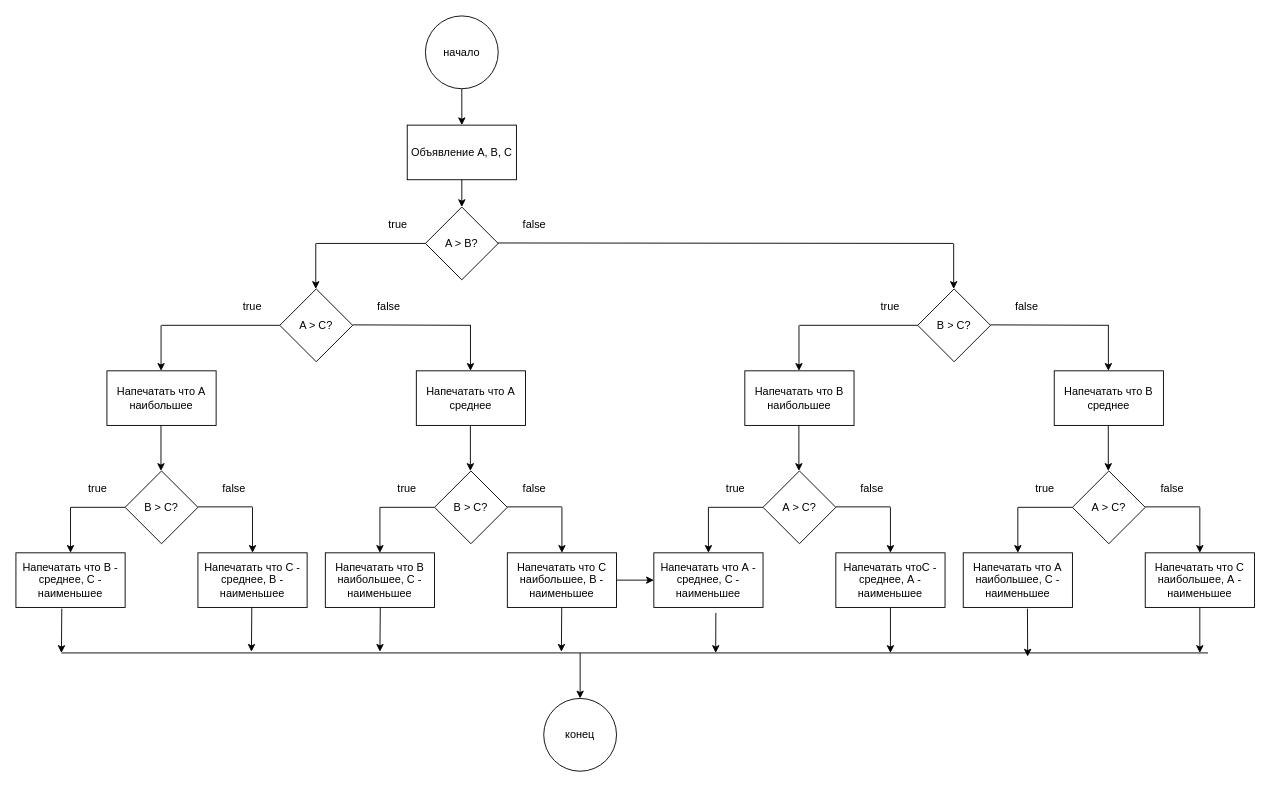
Above: Untitled Diagram.drawio in DmitriyYugai/job4j_elementary (draw.io), before the change. Source tidied: cells renumbered, new cells numbered last; positions are measured from the earlier drawing's top-left corner, leaving out a move shared by most shapes. Both pictures are drawn from the tidied source at 91%, with x=0, y=0 at pixel (15, 15).
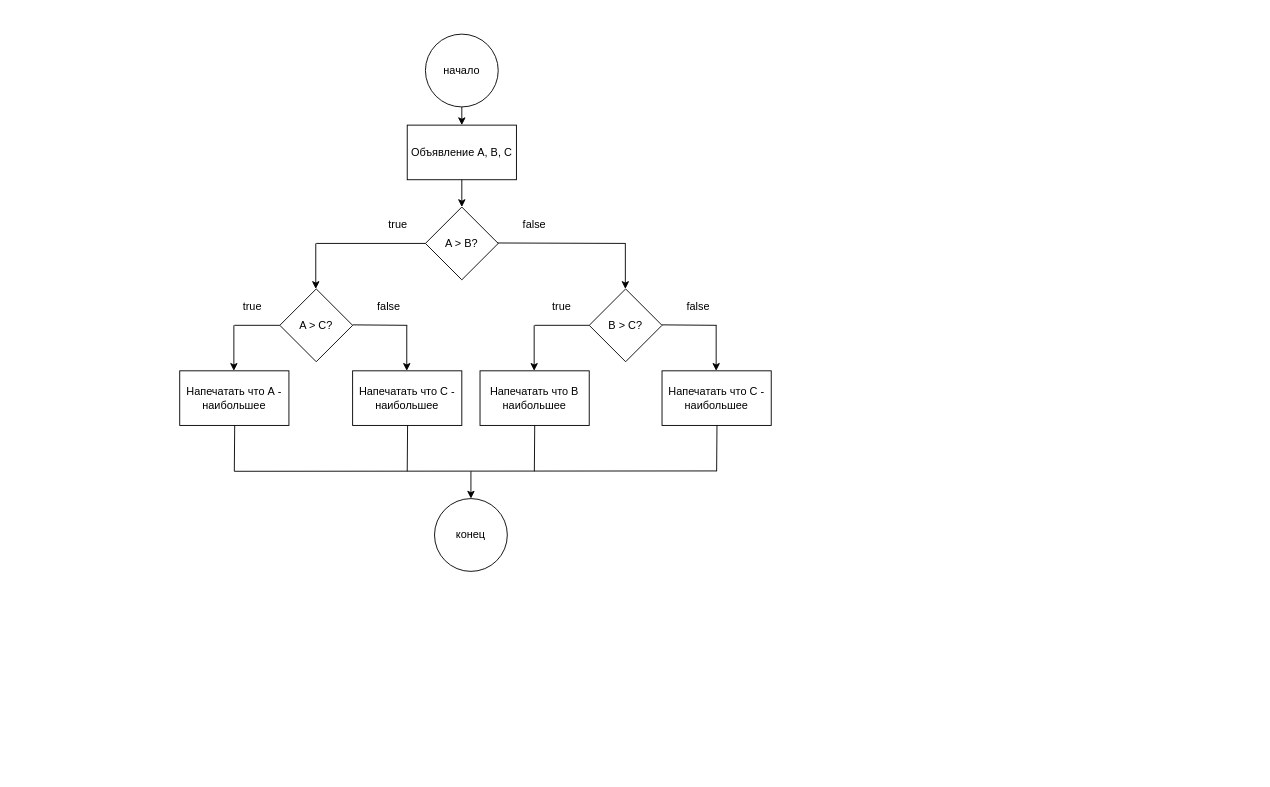
The same diagram, later.

The change refers to these unchanged cells:
```xml
<mxCell id="4" value="Объявление A, B, C" style="rounded=0;whiteSpace=wrap;html=1;" parent="1" vertex="1">
  <mxGeometry x="430" y="120" width="120" height="60" as="geometry" />
</mxCell>
```

Change to the diagram source:
```diff
@@
     <mxCell id="2" value="начало" style="ellipse;whiteSpace=wrap;html=1;" parent="1" vertex="1">
-      <mxGeometry x="450" width="80" height="80" as="geometry" />
+      <mxGeometry x="450" y="20" width="80" height="80" as="geometry" />
     </mxCell>
-    <mxCell id="3" style="endArrow=classic;html=1;exitX=0.5;exitY=1;exitDx=0;exitDy=0;" parent="1" edge="1" source="2" target="4">
-      <mxGeometry relative="1" as="geometry" />
+    <mxCell id="3" style="endArrow=classic;html=1;" parent="1" edge="1" target="4">
+      <mxGeometry relative="1" as="geometry">
+        <mxPoint x="490" y="100" as="sourcePoint" />
+      </mxGeometry>
     </mxCell>
@@
     <mxCell id="13" style="endArrow=none;html=1;exitX=0;exitY=0.5;exitDx=0;exitDy=0;" parent="1" edge="1">
       <mxGeometry relative="1" as="geometry">
         <mxPoint x="290" y="340" as="sourcePoint" />
-        <mxPoint x="160" y="340" as="targetPoint" />
+        <mxPoint x="240" y="340" as="targetPoint" />
       </mxGeometry>
     </mxCell>
     <mxCell id="14" style="endArrow=classic;html=1;" parent="1" edge="1">
       <mxGeometry relative="1" as="geometry">
-        <mxPoint x="159.5" y="340" as="sourcePoint" />
-        <mxPoint x="159.5" y="390" as="targetPoint" />
+        <mxPoint x="239.5" y="340" as="sourcePoint" />
+        <mxPoint x="239.5" y="390" as="targetPoint" />
       </mxGeometry>
     </mxCell>
     <mxCell id="15" style="endArrow=classic;html=1;" parent="1" edge="1">
       <mxGeometry relative="1" as="geometry">
-        <mxPoint x="1030.5" y="250" as="sourcePoint" />
-        <mxPoint x="1030.5" y="300" as="targetPoint" />
+        <mxPoint x="669.7" y="250" as="sourcePoint" />
+        <mxPoint x="669.7" y="300" as="targetPoint" />
       </mxGeometry>
     </mxCell>
-    <mxCell id="16" value="Напечатать что B - среднее, С - наименьшее" style="rounded=0;whiteSpace=wrap;html=1;" parent="1" vertex="1">
-      <mxGeometry y="590" width="120" height="60" as="geometry" />
-    </mxCell>
@@
     <mxCell id="18" style="endArrow=none;html=1;" parent="1" edge="1">
       <mxGeometry relative="1" as="geometry">
-        <mxPoint x="500" y="340" as="sourcePoint" />
+        <mxPoint x="430" y="340" as="sourcePoint" />
         <mxPoint x="370" y="339.5" as="targetPoint" />
       </mxGeometry>
     </mxCell>
     <mxCell id="19" style="endArrow=classic;html=1;" parent="1" edge="1">
       <mxGeometry relative="1" as="geometry">
-        <mxPoint x="499.5" y="340" as="sourcePoint" />
-        <mxPoint x="499.5" y="390" as="targetPoint" />
+        <mxPoint x="429.5" y="340" as="sourcePoint" />
+        <mxPoint x="429.5" y="390" as="targetPoint" />
       </mxGeometry>
     </mxCell>
     <mxCell id="20" style="endArrow=none;html=1;" parent="1" edge="1">
       <mxGeometry relative="1" as="geometry">
-        <mxPoint x="1030" y="250" as="sourcePoint" />
+        <mxPoint x="670" y="250" as="sourcePoint" />
         <mxPoint x="529" y="249.5" as="targetPoint" />
       </mxGeometry>
     </mxCell>
-    <mxCell id="21" value="B &amp;gt; C?" style="rhombus;whiteSpace=wrap;html=1;" parent="1" vertex="1">
-      <mxGeometry x="120" y="500" width="80" height="80" as="geometry" />
-    </mxCell>
-    <mxCell id="22" value="true" style="text;html=1;strokeColor=none;fillColor=none;align=center;verticalAlign=middle;whiteSpace=wrap;rounded=0;" parent="1" vertex="1">
-      <mxGeometry x="70" y="510" width="40" height="20" as="geometry" />
-    </mxCell>
-    <mxCell id="23" style="endArrow=none;html=1;exitX=0;exitY=0.5;exitDx=0;exitDy=0;" parent="1" edge="1">
-      <mxGeometry relative="1" as="geometry">
-        <mxPoint x="120" y="540" as="sourcePoint" />
-        <mxPoint x="60" y="540" as="targetPoint" />
-      </mxGeometry>
-    </mxCell>
-    <mxCell id="24" style="endArrow=classic;html=1;" parent="1" edge="1">
-      <mxGeometry relative="1" as="geometry">
-        <mxPoint x="60" y="540" as="sourcePoint" />
-        <mxPoint x="60" y="590" as="targetPoint" />
-      </mxGeometry>
-    </mxCell>
-    <mxCell id="25" value="false" style="text;html=1;strokeColor=none;fillColor=none;align=center;verticalAlign=middle;whiteSpace=wrap;rounded=0;" parent="1" vertex="1">
-      <mxGeometry x="220" y="510" width="40" height="20" as="geometry" />
-    </mxCell>
-    <mxCell id="26" style="endArrow=none;html=1;exitX=0;exitY=0.5;exitDx=0;exitDy=0;" parent="1" edge="1">
-      <mxGeometry relative="1" as="geometry">
-        <mxPoint x="260" y="539.5" as="sourcePoint" />
-        <mxPoint x="200" y="539.5" as="targetPoint" />
-      </mxGeometry>
-    </mxCell>
-    <mxCell id="27" style="endArrow=classic;html=1;" parent="1" edge="1">
-      <mxGeometry relative="1" as="geometry">
-        <mxPoint x="260" y="540" as="sourcePoint" />
-        <mxPoint x="260" y="590" as="targetPoint" />
-      </mxGeometry>
-    </mxCell>
-    <mxCell id="28" value="Напечатать что С - среднее, В - наименьшее" style="rounded=0;whiteSpace=wrap;html=1;" parent="1" vertex="1">
-      <mxGeometry x="200" y="590" width="120" height="60" as="geometry" />
-    </mxCell>
-    <mxCell id="29" value="Напечатать что В наибольшее, С - наименьшее" style="rounded=0;whiteSpace=wrap;html=1;" parent="1" vertex="1">
-      <mxGeometry x="340" y="590" width="120" height="60" as="geometry" />
-    </mxCell>
-    <mxCell id="30" value="B &amp;gt; C?" style="rhombus;whiteSpace=wrap;html=1;" parent="1" vertex="1">
-      <mxGeometry x="460" y="500" width="80" height="80" as="geometry" />
-    </mxCell>
-    <mxCell id="31" value="true" style="text;html=1;strokeColor=none;fillColor=none;align=center;verticalAlign=middle;whiteSpace=wrap;rounded=0;" parent="1" vertex="1">
-      <mxGeometry x="410" y="510" width="40" height="20" as="geometry" />
-    </mxCell>
-    <mxCell id="32" style="endArrow=none;html=1;exitX=0;exitY=0.5;exitDx=0;exitDy=0;" parent="1" edge="1">
-      <mxGeometry relative="1" as="geometry">
-        <mxPoint x="460" y="540" as="sourcePoint" />
-        <mxPoint x="400" y="540" as="targetPoint" />
-      </mxGeometry>
-    </mxCell>
-    <mxCell id="33" style="endArrow=classic;html=1;" parent="1" edge="1">
-      <mxGeometry relative="1" as="geometry">
-        <mxPoint x="400" y="540" as="sourcePoint" />
-        <mxPoint x="400" y="590" as="targetPoint" />
-      </mxGeometry>
-    </mxCell>
-    <mxCell id="34" style="endArrow=none;html=1;exitX=0;exitY=0.5;exitDx=0;exitDy=0;" parent="1" edge="1">
-      <mxGeometry relative="1" as="geometry">
-        <mxPoint x="600" y="539.5" as="sourcePoint" />
-        <mxPoint x="540" y="539.5" as="targetPoint" />
-      </mxGeometry>
-    </mxCell>
-    <mxCell id="35" style="endArrow=classic;html=1;" parent="1" edge="1">
-      <mxGeometry relative="1" as="geometry">
-        <mxPoint x="600" y="540" as="sourcePoint" />
-        <mxPoint x="600" y="590" as="targetPoint" />
-      </mxGeometry>
-    </mxCell>
-    <mxCell id="36" style="edgeStyle=orthogonalEdgeStyle;rounded=0;jettySize=auto;html=1;" parent="1" edge="1" source="37" target="43">
-      <mxGeometry relative="1" as="geometry" />
-    </mxCell>
-    <mxCell id="37" value="Напечатать что С наибольшее, В - наименьшее" style="rounded=0;whiteSpace=wrap;html=1;" parent="1" vertex="1">
-      <mxGeometry x="540" y="590" width="120" height="60" as="geometry" />
-    </mxCell>
-    <mxCell id="38" value="false" style="text;html=1;strokeColor=none;fillColor=none;align=center;verticalAlign=middle;whiteSpace=wrap;rounded=0;" parent="1" vertex="1">
-      <mxGeometry x="550" y="510" width="40" height="20" as="geometry" />
-    </mxCell>
     <mxCell id="39" value="В &amp;gt; C?" style="rhombus;whiteSpace=wrap;html=1;" parent="1" vertex="1">
-      <mxGeometry x="991" y="300" width="80" height="80" as="geometry" />
+      <mxGeometry x="630" y="300" width="80" height="80" as="geometry" />
     </mxCell>
     <mxCell id="40" value="true" style="text;html=1;strokeColor=none;fillColor=none;align=center;verticalAlign=middle;whiteSpace=wrap;rounded=0;" parent="1" vertex="1">
-      <mxGeometry x="941" y="310" width="40" height="20" as="geometry" />
+      <mxGeometry x="580" y="310" width="40" height="20" as="geometry" />
     </mxCell>
     <mxCell id="41" style="endArrow=none;html=1;exitX=0;exitY=0.5;exitDx=0;exitDy=0;" parent="1" edge="1">
       <mxGeometry relative="1" as="geometry">
-        <mxPoint x="991" y="340" as="sourcePoint" />
-        <mxPoint x="861" y="340" as="targetPoint" />
+        <mxPoint x="630" y="340" as="sourcePoint" />
+        <mxPoint x="570" y="340" as="targetPoint" />
       </mxGeometry>
     </mxCell>
     <mxCell id="42" style="endArrow=classic;html=1;" parent="1" edge="1">
       <mxGeometry relative="1" as="geometry">
-        <mxPoint x="860.5" y="340" as="sourcePoint" />
-        <mxPoint x="860.5" y="390" as="targetPoint" />
+        <mxPoint x="569.5" y="340" as="sourcePoint" />
+        <mxPoint x="569.5" y="390" as="targetPoint" />
       </mxGeometry>
     </mxCell>
-    <mxCell id="43" value="Напечатать что А - среднее, С - наименьшее" style="rounded=0;whiteSpace=wrap;html=1;" parent="1" vertex="1">
-      <mxGeometry x="701" y="590" width="120" height="60" as="geometry" />
-    </mxCell>
     <mxCell id="44" value="false" style="text;html=1;strokeColor=none;fillColor=none;align=center;verticalAlign=middle;whiteSpace=wrap;rounded=0;" parent="1" vertex="1">
-      <mxGeometry x="1091" y="310" width="40" height="20" as="geometry" />
+      <mxGeometry x="730" y="310" width="40" height="20" as="geometry" />
     </mxCell>
     <mxCell id="45" style="endArrow=none;html=1;" parent="1" edge="1">
       <mxGeometry relative="1" as="geometry">
-        <mxPoint x="1201" y="340" as="sourcePoint" />
-        <mxPoint x="1071" y="339.5" as="targetPoint" />
+        <mxPoint x="770" y="340" as="sourcePoint" />
+        <mxPoint x="710" y="339.5" as="targetPoint" />
       </mxGeometry>
     </mxCell>
     <mxCell id="46" style="endArrow=classic;html=1;" parent="1" edge="1">
       <mxGeometry relative="1" as="geometry">
-        <mxPoint x="1200.5" y="340" as="sourcePoint" />
-        <mxPoint x="1200.5" y="390" as="targetPoint" />
+        <mxPoint x="769.5" y="340" as="sourcePoint" />
+        <mxPoint x="769.5" y="390" as="targetPoint" />
       </mxGeometry>
     </mxCell>
-    <mxCell id="47" value="А &amp;gt; C?" style="rhombus;whiteSpace=wrap;html=1;" parent="1" vertex="1">
-      <mxGeometry x="821" y="500" width="80" height="80" as="geometry" />
-    </mxCell>
-    <mxCell id="48" value="true" style="text;html=1;strokeColor=none;fillColor=none;align=center;verticalAlign=middle;whiteSpace=wrap;rounded=0;" parent="1" vertex="1">
-      <mxGeometry x="771" y="510" width="40" height="20" as="geometry" />
-    </mxCell>
-    <mxCell id="49" style="endArrow=none;html=1;exitX=0;exitY=0.5;exitDx=0;exitDy=0;" parent="1" edge="1">
-      <mxGeometry relative="1" as="geometry">
-        <mxPoint x="821" y="540" as="sourcePoint" />
-        <mxPoint x="761" y="540" as="targetPoint" />
-      </mxGeometry>
-    </mxCell>
-    <mxCell id="50" style="endArrow=classic;html=1;" parent="1" edge="1">
-      <mxGeometry relative="1" as="geometry">
-        <mxPoint x="761" y="540" as="sourcePoint" />
-        <mxPoint x="761" y="590" as="targetPoint" />
-      </mxGeometry>
-    </mxCell>
-    <mxCell id="51" value="false" style="text;html=1;strokeColor=none;fillColor=none;align=center;verticalAlign=middle;whiteSpace=wrap;rounded=0;" parent="1" vertex="1">
-      <mxGeometry x="921" y="510" width="40" height="20" as="geometry" />
-    </mxCell>
-    <mxCell id="52" style="endArrow=none;html=1;exitX=0;exitY=0.5;exitDx=0;exitDy=0;" parent="1" edge="1">
-      <mxGeometry relative="1" as="geometry">
-        <mxPoint x="961" y="539.5" as="sourcePoint" />
-        <mxPoint x="901" y="539.5" as="targetPoint" />
-      </mxGeometry>
-    </mxCell>
-    <mxCell id="53" style="endArrow=classic;html=1;" parent="1" edge="1">
-      <mxGeometry relative="1" as="geometry">
-        <mxPoint x="961" y="540" as="sourcePoint" />
-        <mxPoint x="961" y="590" as="targetPoint" />
-      </mxGeometry>
-    </mxCell>
-    <mxCell id="54" value="Напечатать чтоС - среднее, А - наименьшее" style="rounded=0;whiteSpace=wrap;html=1;" parent="1" vertex="1">
-      <mxGeometry x="901" y="590" width="120" height="60" as="geometry" />
-    </mxCell>
-    <mxCell id="55" value="Напечатать что А наибольшее, С - наименьшее" style="rounded=0;whiteSpace=wrap;html=1;" parent="1" vertex="1">
-      <mxGeometry x="1041" y="590" width="120" height="60" as="geometry" />
-    </mxCell>
-    <mxCell id="56" value="А &amp;gt; C?" style="rhombus;whiteSpace=wrap;html=1;" parent="1" vertex="1">
-      <mxGeometry x="1161" y="500" width="80" height="80" as="geometry" />
-    </mxCell>
-    <mxCell id="57" value="true" style="text;html=1;strokeColor=none;fillColor=none;align=center;verticalAlign=middle;whiteSpace=wrap;rounded=0;" parent="1" vertex="1">
-      <mxGeometry x="1111" y="510" width="40" height="20" as="geometry" />
-    </mxCell>
-    <mxCell id="58" style="endArrow=none;html=1;exitX=0;exitY=0.5;exitDx=0;exitDy=0;" parent="1" edge="1">
-      <mxGeometry relative="1" as="geometry">
-        <mxPoint x="1161" y="540" as="sourcePoint" />
-        <mxPoint x="1101" y="540" as="targetPoint" />
-      </mxGeometry>
-    </mxCell>
-    <mxCell id="59" style="endArrow=classic;html=1;" parent="1" edge="1">
-      <mxGeometry relative="1" as="geometry">
-        <mxPoint x="1101" y="540" as="sourcePoint" />
-        <mxPoint x="1101" y="590" as="targetPoint" />
-      </mxGeometry>
-    </mxCell>
-    <mxCell id="60" style="endArrow=none;html=1;exitX=0;exitY=0.5;exitDx=0;exitDy=0;" parent="1" edge="1">
-      <mxGeometry relative="1" as="geometry">
-        <mxPoint x="1301" y="539.5" as="sourcePoint" />
-        <mxPoint x="1241" y="539.5" as="targetPoint" />
-      </mxGeometry>
-    </mxCell>
-    <mxCell id="61" style="endArrow=classic;html=1;" parent="1" edge="1">
-      <mxGeometry relative="1" as="geometry">
-        <mxPoint x="1301" y="540" as="sourcePoint" />
-        <mxPoint x="1301" y="590" as="targetPoint" />
-      </mxGeometry>
-    </mxCell>
-    <mxCell id="62" value="Напечатать что С наибольшее, А - наименьшее" style="rounded=0;whiteSpace=wrap;html=1;" parent="1" vertex="1">
-      <mxGeometry x="1241" y="590" width="120" height="60" as="geometry" />
-    </mxCell>
-    <mxCell id="63" value="false" style="text;html=1;strokeColor=none;fillColor=none;align=center;verticalAlign=middle;whiteSpace=wrap;rounded=0;" parent="1" vertex="1">
-      <mxGeometry x="1251" y="510" width="40" height="20" as="geometry" />
-    </mxCell>
-    <mxCell id="64" value="Напечатать что А наибольшее" style="rounded=0;whiteSpace=wrap;html=1;" parent="1" vertex="1">
-      <mxGeometry x="100" y="390" width="120" height="60" as="geometry" />
+    <mxCell id="64" value="Напечатать что А - наибольшее" style="rounded=0;whiteSpace=wrap;html=1;" parent="1" vertex="1">
+      <mxGeometry x="180" y="390" width="120" height="60" as="geometry" />
     </mxCell>
-    <mxCell id="65" value="Напечатать что А среднее" style="rounded=0;whiteSpace=wrap;html=1;" parent="1" vertex="1">
-      <mxGeometry x="440" y="390" width="120" height="60" as="geometry" />
+    <mxCell id="65" value="Напечатать что С - наибольшее" style="rounded=0;whiteSpace=wrap;html=1;" parent="1" vertex="1">
+      <mxGeometry x="370" y="390" width="120" height="60" as="geometry" />
     </mxCell>
-    <mxCell id="66" style="endArrow=classic;html=1;" parent="1" edge="1">
-      <mxGeometry relative="1" as="geometry">
-        <mxPoint x="159.4" y="450" as="sourcePoint" />
-        <mxPoint x="159.4" y="500" as="targetPoint" />
-      </mxGeometry>
-    </mxCell>
-    <mxCell id="67" style="endArrow=classic;html=1;" parent="1" edge="1">
-      <mxGeometry relative="1" as="geometry">
-        <mxPoint x="499.4" y="450" as="sourcePoint" />
-        <mxPoint x="499.4" y="500" as="targetPoint" />
-      </mxGeometry>
-    </mxCell>
     <mxCell id="68" value="Напечатать что В наибольшее" style="rounded=0;whiteSpace=wrap;html=1;" parent="1" vertex="1">
-      <mxGeometry x="801" y="390" width="120" height="60" as="geometry" />
+      <mxGeometry x="510" y="390" width="120" height="60" as="geometry" />
     </mxCell>
-    <mxCell id="69" value="Напечатать что В среднее" style="rounded=0;whiteSpace=wrap;html=1;" parent="1" vertex="1">
-      <mxGeometry x="1141" y="390" width="120" height="60" as="geometry" />
+    <mxCell id="69" value="Напечатать что С - наибольшее" style="rounded=0;whiteSpace=wrap;html=1;" parent="1" vertex="1">
+      <mxGeometry x="710" y="390" width="120" height="60" as="geometry" />
     </mxCell>
-    <mxCell id="70" style="endArrow=classic;html=1;" parent="1" edge="1">
-      <mxGeometry relative="1" as="geometry">
-        <mxPoint x="860.4" y="450" as="sourcePoint" />
-        <mxPoint x="860.4" y="500" as="targetPoint" />
-      </mxGeometry>
-    </mxCell>
-    <mxCell id="71" style="endArrow=classic;html=1;" parent="1" edge="1">
-      <mxGeometry relative="1" as="geometry">
-        <mxPoint x="1200.4" y="450" as="sourcePoint" />
-        <mxPoint x="1200.4" y="500" as="targetPoint" />
-      </mxGeometry>
-    </mxCell>
     <mxCell id="72" style="endArrow=none;html=1;" parent="1" edge="1">
       <mxGeometry relative="1" as="geometry">
-        <mxPoint x="50" y="700" as="sourcePoint" />
-        <mxPoint x="1310" y="700" as="targetPoint" />
+        <mxPoint x="240" y="500.4" as="sourcePoint" />
+        <mxPoint x="770" y="500" as="targetPoint" />
       </mxGeometry>
     </mxCell>
-    <mxCell id="73" style="endArrow=classic;html=1;exitX=0.568;exitY=1.1;exitDx=0;exitDy=0;exitPerimeter=0;" parent="1" edge="1" source="43">
-      <mxGeometry relative="1" as="geometry">
-        <mxPoint x="769" y="700" as="targetPoint" />
-      </mxGeometry>
-    </mxCell>
-    <mxCell id="74" style="endArrow=classic;html=1;exitX=0.42;exitY=1.022;exitDx=0;exitDy=0;exitPerimeter=0;" parent="1" edge="1" source="16">
-      <mxGeometry relative="1" as="geometry">
-        <mxPoint x="50" y="700" as="targetPoint" />
-      </mxGeometry>
-    </mxCell>
-    <mxCell id="75" style="endArrow=classic;html=1;exitX=0.42;exitY=1.022;exitDx=0;exitDy=0;exitPerimeter=0;" parent="1" edge="1">
-      <mxGeometry relative="1" as="geometry">
-        <mxPoint x="259.2" y="650" as="sourcePoint" />
-        <mxPoint x="258.8" y="698.7" as="targetPoint" />
-      </mxGeometry>
-    </mxCell>
-    <mxCell id="76" style="endArrow=classic;html=1;exitX=0.42;exitY=1.022;exitDx=0;exitDy=0;exitPerimeter=0;" parent="1" edge="1">
-      <mxGeometry relative="1" as="geometry">
-        <mxPoint x="400.4" y="650" as="sourcePoint" />
-        <mxPoint x="400" y="698.7" as="targetPoint" />
-      </mxGeometry>
-    </mxCell>
-    <mxCell id="77" style="endArrow=classic;html=1;exitX=0.42;exitY=1.022;exitDx=0;exitDy=0;exitPerimeter=0;" parent="1" edge="1">
-      <mxGeometry relative="1" as="geometry">
-        <mxPoint x="599.8" y="650" as="sourcePoint" />
-        <mxPoint x="599.4" y="698.7" as="targetPoint" />
-      </mxGeometry>
-    </mxCell>
-    <mxCell id="78" style="endArrow=classic;html=1;exitX=0.5;exitY=1;exitDx=0;exitDy=0;" parent="1" edge="1" source="54">
-      <mxGeometry relative="1" as="geometry">
-        <mxPoint x="961" y="700" as="targetPoint" />
-      </mxGeometry>
-    </mxCell>
-    <mxCell id="79" style="endArrow=classic;html=1;exitX=0.588;exitY=1.022;exitDx=0;exitDy=0;exitPerimeter=0;" parent="1" edge="1" source="55">
-      <mxGeometry relative="1" as="geometry">
-        <mxPoint x="1111.8" y="704" as="targetPoint" />
-      </mxGeometry>
-    </mxCell>
-    <mxCell id="80" style="endArrow=classic;html=1;exitX=0.5;exitY=1;exitDx=0;exitDy=0;" parent="1" edge="1" source="62">
-      <mxGeometry relative="1" as="geometry">
-        <mxPoint x="1301" y="700" as="targetPoint" />
-      </mxGeometry>
-    </mxCell>
     <mxCell id="81" value="конец" style="ellipse;whiteSpace=wrap;html=1;" parent="1" vertex="1">
-      <mxGeometry x="580" y="750" width="80" height="80" as="geometry" />
+      <mxGeometry x="460" y="530.4" width="80" height="80" as="geometry" />
     </mxCell>
-    <mxCell id="82" style="endArrow=classic;html=1;entryX=0.5;entryY=0;entryDx=0;entryDy=0;" parent="1" edge="1" target="81">
+    <mxCell id="82" style="endArrow=classic;html=1;" parent="1" edge="1">
       <mxGeometry relative="1" as="geometry">
-        <mxPoint x="620" y="700" as="sourcePoint" />
+        <mxPoint x="500" y="500.4" as="sourcePoint" />
+        <mxPoint x="500" y="530.4" as="targetPoint" />
       </mxGeometry>
     </mxCell>
+    <mxCell id="83" style="endArrow=none;html=1;entryX=0.42;entryY=0.993;entryDx=0;entryDy=0;entryPerimeter=0;" parent="1" edge="1">
+      <mxGeometry relative="1" as="geometry">
+        <mxPoint x="240" y="500.4" as="sourcePoint" />
+        <mxPoint x="240.4" y="450" as="targetPoint" />
+      </mxGeometry>
+    </mxCell>
+    <mxCell id="84" style="endArrow=none;html=1;entryX=0.42;entryY=0.993;entryDx=0;entryDy=0;entryPerimeter=0;" parent="1" edge="1">
+      <mxGeometry relative="1" as="geometry">
+        <mxPoint x="430" y="500.4" as="sourcePoint" />
+        <mxPoint x="430.4" y="450" as="targetPoint" />
+      </mxGeometry>
+    </mxCell>
+    <mxCell id="85" style="endArrow=none;html=1;entryX=0.42;entryY=0.993;entryDx=0;entryDy=0;entryPerimeter=0;" parent="1" edge="1">
+      <mxGeometry relative="1" as="geometry">
+        <mxPoint x="569.7" y="500.4" as="sourcePoint" />
+        <mxPoint x="570.1" y="450" as="targetPoint" />
+      </mxGeometry>
+    </mxCell>
+    <mxCell id="86" style="endArrow=none;html=1;entryX=0.42;entryY=0.993;entryDx=0;entryDy=0;entryPerimeter=0;" parent="1" edge="1">
+      <mxGeometry relative="1" as="geometry">
+        <mxPoint x="770" y="500.4" as="sourcePoint" />
+        <mxPoint x="770.4" y="450" as="targetPoint" />
+      </mxGeometry>
+    </mxCell>
```
